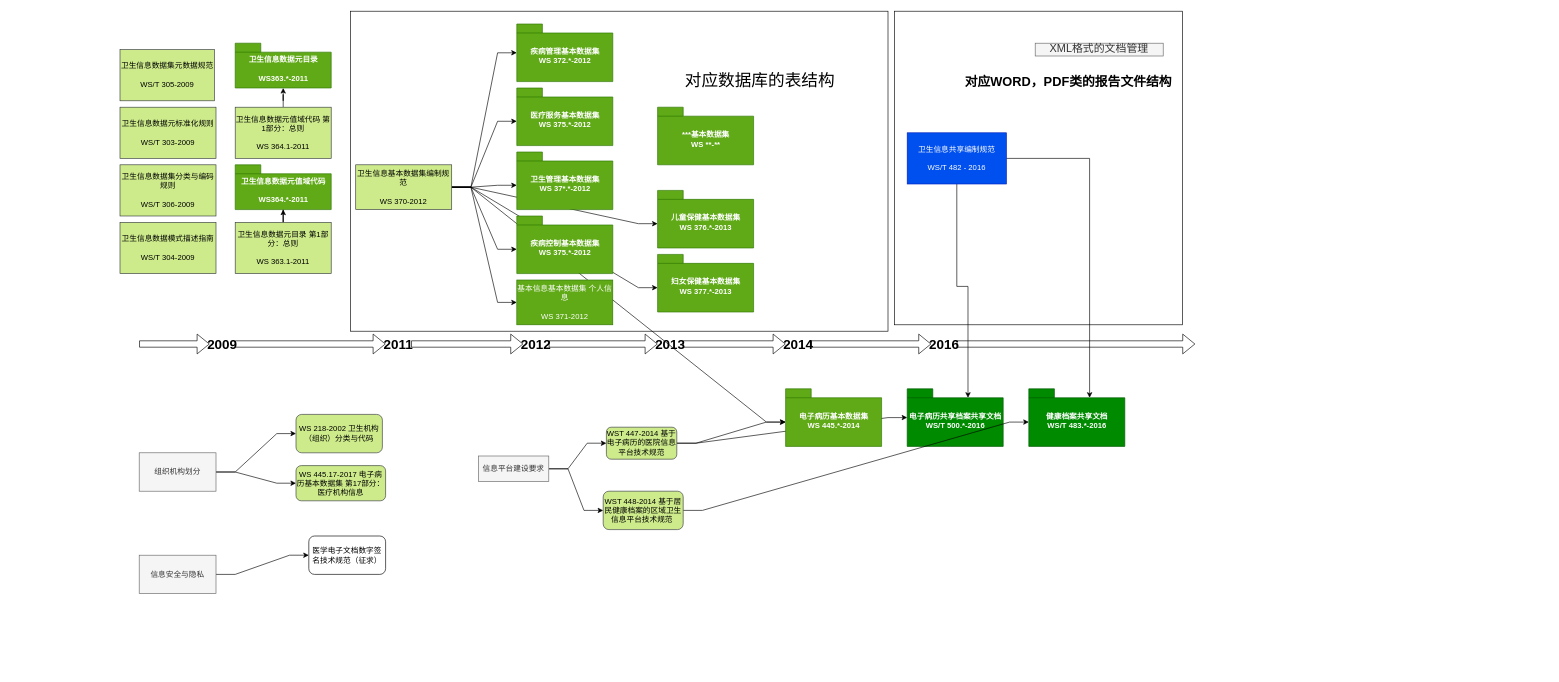
Earlier version of the draw.io diagram page "数据规范梳理" (2 of 2) of healthCloud.drawio (lzdong0714/note). Source tidied: cells renumbered, new cells numbered last; positions are measured from the earlier drawing's top-left corner, leaving out a move shared by most shapes. Both pictures are drawn from the tidied source at 64%, with x=0, y=0 at pixel (120, 11).
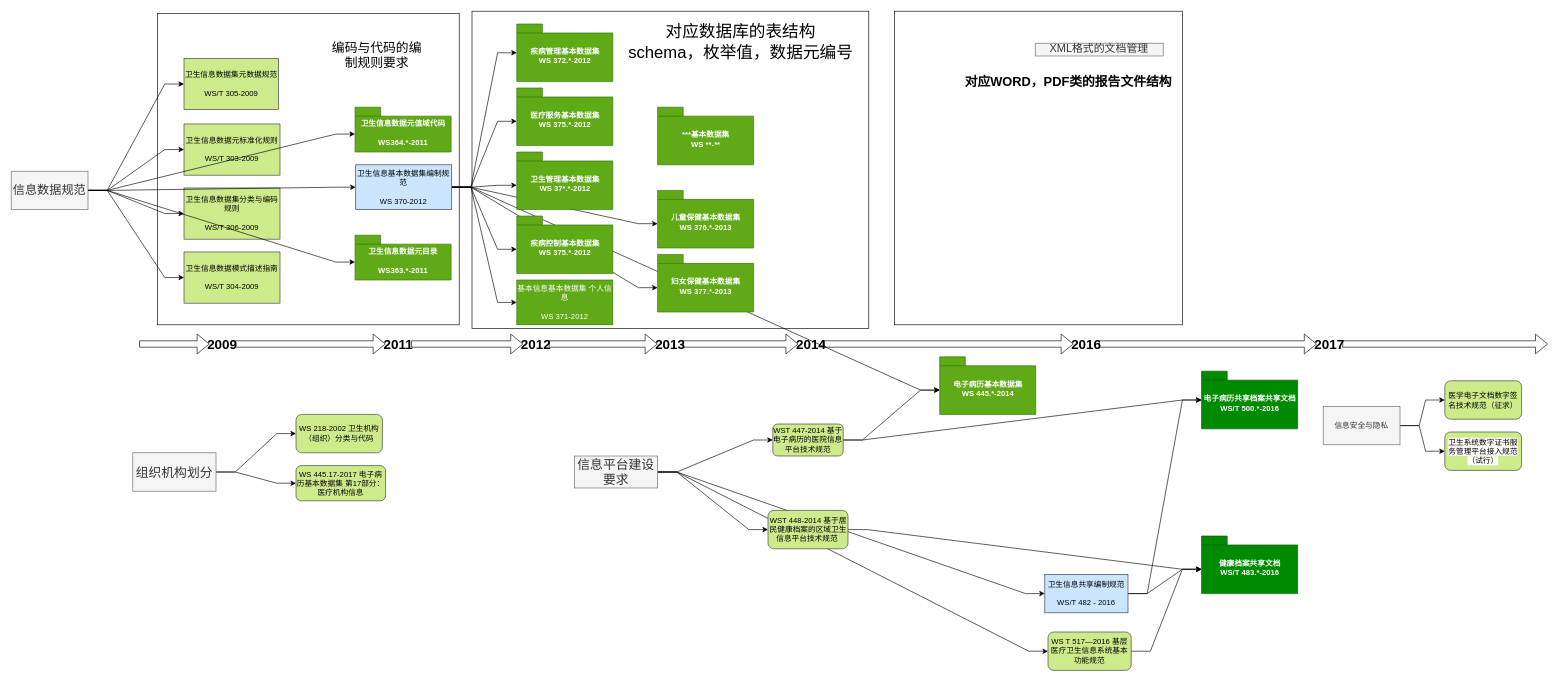
Above is the later version.

Change to the diagram source:
```diff
@@
+    <mxCell id="69" style="rounded=0;whiteSpace=wrap;html=1;" parent="1" vertex="1">
+      <mxGeometry x="550" width="620" height="496" as="geometry" />
+    </mxCell>
+    <mxCell id="4" style="rounded=0;whiteSpace=wrap;html=1;" parent="1" vertex="1">
+      <mxGeometry x="58.3" y="3.8" width="471.7" height="486.2" as="geometry" />
+    </mxCell>
@@
-    <mxCell id="4" style="rounded=0;whiteSpace=wrap;html=1;" parent="1" vertex="1">
-      <mxGeometry x="360" width="840" height="500" as="geometry" />
-    </mxCell>
-    <mxCell id="5" style="rounded=0;jettySize=auto;html=1;exitX=0.5;exitY=1;exitDx=0;exitDy=0;entryX=0;entryY=0;entryDx=95;entryDy=14;entryPerimeter=0;edgeStyle=orthogonalEdgeStyle;" parent="1" edge="1" source="7" target="29">
+    <mxCell id="5" style="edgeStyle=entityRelationEdgeStyle;rounded=0;jettySize=auto;html=1;" parent="1" edge="1" source="7" target="29">
       <mxGeometry relative="1" as="geometry" />
     </mxCell>
-    <mxCell id="6" style="edgeStyle=orthogonalEdgeStyle;rounded=0;jettySize=auto;html=1;entryX=0;entryY=0;entryDx=95;entryDy=14;entryPerimeter=0;" parent="1" edge="1" source="7" target="26">
+    <mxCell id="6" style="edgeStyle=entityRelationEdgeStyle;rounded=0;jettySize=auto;html=1;entryX=0;entryY=0;entryDx=0;entryDy=52;entryPerimeter=0;" parent="1" edge="1" source="7" target="26">
       <mxGeometry relative="1" as="geometry" />
     </mxCell>
-    <mxCell id="7" value="卫生信息共享编制规范&lt;br&gt;&lt;br&gt;&lt;span style=&quot;text-align: left ; white-space: nowrap&quot;&gt;WS/T 482 - 2016&lt;/span&gt;" style="rounded=0;whiteSpace=wrap;html=1;fillColor=#0050ef;strokeColor=#001DBC;fontColor=#ffffff;" parent="1" vertex="1">
-      <mxGeometry x="1230" y="190" width="155" height="80" as="geometry" />
+    <mxCell id="7" value="卫生信息共享编制规范&lt;br&gt;&lt;br&gt;&lt;span style=&quot;text-align: left ; white-space: nowrap&quot;&gt;WS/T 482 - 2016&lt;/span&gt;" style="rounded=0;whiteSpace=wrap;html=1;fillColor=#cce5ff;strokeColor=#36393d;" parent="1" vertex="1">
+      <mxGeometry x="1445" y="880" width="130" height="60" as="geometry" />
     </mxCell>
     <mxCell id="8" value="卫生信息数据元标准化规则&lt;br&gt;&lt;br&gt;WS/T 303-2009&lt;br&gt;" style="rounded=0;whiteSpace=wrap;html=1;fillColor=#cdeb8b;strokeColor=#36393d;" parent="1" vertex="1">
-      <mxGeometry y="150" width="150" height="80" as="geometry" />
+      <mxGeometry x="100" y="176.2" width="150" height="80" as="geometry" />
     </mxCell>
     <mxCell id="9" value="卫生信息数据模式描述指南&lt;br&gt;&lt;br&gt;WS/T 304-2009&lt;br&gt;" style="rounded=0;whiteSpace=wrap;html=1;fillColor=#cdeb8b;strokeColor=#36393d;" parent="1" vertex="1">
-      <mxGeometry y="330" width="150" height="80" as="geometry" />
+      <mxGeometry x="100" y="376.2" width="150" height="80" as="geometry" />
     </mxCell>
     <mxCell id="10" value="卫生信息数据集元数据规范&lt;br&gt;&lt;br&gt;WS/T 305-2009" style="rounded=0;whiteSpace=wrap;html=1;fillColor=#cdeb8b;strokeColor=#36393d;" parent="1" vertex="1">
-      <mxGeometry y="60" width="147.5" height="80" as="geometry" />
+      <mxGeometry x="100" y="73.8" width="147.5" height="80" as="geometry" />
     </mxCell>
-    <mxCell id="11" style="edgeStyle=orthogonalEdgeStyle;rounded=0;jettySize=auto;html=1;entryX=0.5;entryY=1;entryDx=0;entryDy=0;entryPerimeter=0;" parent="1" edge="1" source="12" target="25">
-      <mxGeometry relative="1" as="geometry" />
-    </mxCell>
-    <mxCell id="12" value="卫生信息数据元值域代码 第1部分：总则&lt;br&gt;&lt;br&gt;WS 364.1-2011" style="rounded=0;whiteSpace=wrap;html=1;fillColor=#cdeb8b;strokeColor=#36393d;" parent="1" vertex="1">
-      <mxGeometry x="180" y="150" width="150" height="80" as="geometry" />
-    </mxCell>
-    <mxCell id="13" style="edgeStyle=orthogonalEdgeStyle;rounded=0;jettySize=auto;html=1;entryX=0.5;entryY=1;entryDx=0;entryDy=0;entryPerimeter=0;" parent="1" edge="1" source="14" target="24">
-      <mxGeometry relative="1" as="geometry" />
-    </mxCell>
-    <mxCell id="14" value="卫生信息数据元目录 第1部分：总则&lt;br&gt;&lt;br&gt;WS 363.1-2011" style="rounded=0;whiteSpace=wrap;html=1;fillColor=#cdeb8b;strokeColor=#36393d;" parent="1" vertex="1">
-      <mxGeometry x="180" y="330" width="150" height="80" as="geometry" />
-    </mxCell>
@@
-    <mxCell id="23" value="卫生信息基本数据集编制规范&lt;br&gt;&lt;br&gt;WS 370-2012" style="rounded=0;whiteSpace=wrap;html=1;fillColor=#cdeb8b;strokeColor=#36393d;" parent="1" vertex="1">
+    <mxCell id="23" value="卫生信息基本数据集编制规范&lt;br&gt;&lt;br&gt;WS 370-2012" style="rounded=0;whiteSpace=wrap;html=1;fillColor=#cce5ff;strokeColor=#36393d;" parent="1" vertex="1">
       <mxGeometry x="368.3" y="240" width="150" height="70" as="geometry" />
     </mxCell>
     <mxCell id="24" value="卫生信息数据元值域代码&lt;br&gt;&lt;br&gt;WS364.*-2011" style="shape=folder;fontStyle=1;spacingTop=10;tabWidth=40;tabHeight=14;tabPosition=left;html=1;fillColor=#60a917;strokeColor=#2D7600;fontColor=#ffffff;" parent="1" vertex="1">
-      <mxGeometry x="180" y="240" width="150" height="70" as="geometry" />
+      <mxGeometry x="367.3" y="150" width="150" height="70" as="geometry" />
     </mxCell>
     <mxCell id="25" value="卫生信息数据元目录&lt;br&gt;&lt;br&gt;WS363.*-2011" style="shape=folder;fontStyle=1;spacingTop=10;tabWidth=40;tabHeight=14;tabPosition=left;html=1;fillColor=#60a917;strokeColor=#2D7600;fontColor=#ffffff;" parent="1" vertex="1">
-      <mxGeometry x="180" y="50" width="150" height="70" as="geometry" />
+      <mxGeometry x="367.3" y="350" width="150" height="70" as="geometry" />
     </mxCell>
     <mxCell id="26" value="健康档案共享文档&lt;br&gt;WS/T 483.*-2016" style="shape=folder;fontStyle=1;spacingTop=10;tabWidth=40;tabHeight=14;tabPosition=left;html=1;fillColor=#008a00;strokeColor=#005700;fontColor=#ffffff;" parent="1" vertex="1">
-      <mxGeometry x="1420" y="590" width="150" height="90" as="geometry" />
+      <mxGeometry x="1690" y="820" width="150" height="90" as="geometry" />
     </mxCell>
@@
     <mxCell id="29" value="电子病历共享档案共享文档&lt;br&gt;WS/T 500.*-2016" style="shape=folder;fontStyle=1;spacingTop=10;tabWidth=40;tabHeight=14;tabPosition=left;html=1;fillColor=#008a00;strokeColor=#005700;fontColor=#ffffff;" parent="1" vertex="1">
-      <mxGeometry x="1230" y="590" width="150" height="90" as="geometry" />
+      <mxGeometry x="1690" y="562.5" width="150" height="90" as="geometry" />
     </mxCell>
-    <mxCell id="30" style="shape=flexArrow;endArrow=classic;html=1;" parent="1" edge="1" source="41">
+    <mxCell id="30" style="shape=flexArrow;endArrow=classic;html=1;" parent="1" edge="1" source="83">
       <mxGeometry relative="1" as="geometry">
-        <mxPoint x="1680" y="520" as="targetPoint" />
+        <mxPoint x="2231.2" y="520" as="targetPoint" />
       </mxGeometry>
     </mxCell>
@@
     <mxCell id="39" value="&lt;font style=&quot;font-size: 21px&quot;&gt;&lt;b&gt;2014&lt;/b&gt;&lt;/font&gt;" style="text;html=1;strokeColor=none;fillColor=none;align=center;verticalAlign=middle;whiteSpace=wrap;rounded=0;" parent="1" vertex="1">
-      <mxGeometry x="1040" y="510" width="40" height="20" as="geometry" />
+      <mxGeometry x="1060" y="510" width="40" height="20" as="geometry" />
     </mxCell>
@@
     <mxCell id="41" value="&lt;font style=&quot;font-size: 21px&quot;&gt;&lt;b&gt;2016&lt;/b&gt;&lt;/font&gt;" style="text;html=1;strokeColor=none;fillColor=none;align=center;verticalAlign=middle;whiteSpace=wrap;rounded=0;" parent="1" vertex="1">
-      <mxGeometry x="1267.5" y="510" width="40" height="20" as="geometry" />
+      <mxGeometry x="1490" y="510" width="40" height="20" as="geometry" />
     </mxCell>
@@
     <mxCell id="48" value="电子病历基本数据集&lt;br&gt;WS 445.*-2014" style="shape=folder;fontStyle=1;spacingTop=10;tabWidth=40;tabHeight=14;tabPosition=left;html=1;fillColor=#60a917;strokeColor=#2D7600;fontColor=#ffffff;" parent="1" vertex="1">
-      <mxGeometry x="1040" y="590" width="150" height="90" as="geometry" />
+      <mxGeometry x="1280.8" y="540" width="150" height="90" as="geometry" />
     </mxCell>
@@
     <mxCell id="50" value="卫生信息数据集分类与编码规则&lt;br&gt;&lt;br&gt;WS/T 306-2009&lt;br&gt;" style="rounded=0;whiteSpace=wrap;html=1;fillColor=#cdeb8b;strokeColor=#36393d;" parent="1" vertex="1">
-      <mxGeometry y="240" width="150" height="80" as="geometry" />
+      <mxGeometry x="100" y="276.2" width="150" height="80" as="geometry" />
     </mxCell>
-    <mxCell id="51" value="&lt;font style=&quot;font-size: 26px&quot;&gt;对应数据库的表结构&lt;/font&gt;" style="text;html=1;strokeColor=none;fillColor=none;align=center;verticalAlign=middle;whiteSpace=wrap;rounded=0;" parent="1" vertex="1">
-      <mxGeometry x="880" y="65" width="240" height="85" as="geometry" />
+    <mxCell id="51" value="&lt;font style=&quot;font-size: 26px&quot;&gt;对应数据库的表结构&lt;br&gt;schema，枚举值，数据元编号&lt;br&gt;&lt;/font&gt;" style="text;html=1;strokeColor=none;fillColor=none;align=center;verticalAlign=middle;whiteSpace=wrap;rounded=0;" parent="1" vertex="1">
+      <mxGeometry x="790" y="5" width="360" height="85" as="geometry" />
     </mxCell>
@@
-    <mxCell id="56" value="组织机构划分" style="rounded=0;whiteSpace=wrap;html=1;fillColor=#f5f5f5;strokeColor=#666666;fontColor=#333333;" parent="1" vertex="1">
-      <mxGeometry x="30" y="690" width="120" height="60" as="geometry" />
+    <mxCell id="56" value="&lt;font style=&quot;font-size: 20px&quot;&gt;组织机构划分&lt;/font&gt;" style="rounded=0;whiteSpace=wrap;html=1;fillColor=#f5f5f5;strokeColor=#666666;fontColor=#333333;" parent="1" vertex="1">
+      <mxGeometry x="20" y="690" width="130" height="60" as="geometry" />
     </mxCell>
@@
+    <mxCell id="70" style="edgeStyle=entityRelationEdgeStyle;rounded=0;jettySize=auto;html=1;" parent="1" edge="1" source="58" target="73">
+      <mxGeometry relative="1" as="geometry" />
+    </mxCell>
     <mxCell id="58" value="信息安全与隐私" style="rounded=0;whiteSpace=wrap;html=1;fillColor=#f5f5f5;strokeColor=#666666;fontColor=#333333;" parent="1" vertex="1">
-      <mxGeometry x="30" y="850" width="120" height="60" as="geometry" />
+      <mxGeometry x="1880" y="617.5" width="120" height="60" as="geometry" />
     </mxCell>
@@
+    <mxCell id="71" style="edgeStyle=entityRelationEdgeStyle;rounded=0;jettySize=auto;html=1;entryX=0;entryY=0.5;entryDx=0;entryDy=0;" parent="1" edge="1" source="61" target="7">
+      <mxGeometry relative="1" as="geometry" />
+    </mxCell>
+    <mxCell id="72" style="edgeStyle=entityRelationEdgeStyle;rounded=0;jettySize=auto;html=1;" parent="1" edge="1" source="61" target="86">
+      <mxGeometry relative="1" as="geometry" />
+    </mxCell>
-    <mxCell id="61" value="信息平台建设要求" style="rounded=0;whiteSpace=wrap;html=1;fillColor=#f5f5f5;strokeColor=#666666;fontColor=#333333;" parent="1" vertex="1">
-      <mxGeometry x="560" y="695" width="110" height="40" as="geometry" />
+    <mxCell id="61" value="&lt;font style=&quot;font-size: 20px&quot;&gt;信息平台建设要求&lt;/font&gt;" style="rounded=0;whiteSpace=wrap;html=1;fillColor=#f5f5f5;strokeColor=#666666;fontColor=#333333;" parent="1" vertex="1">
+      <mxGeometry x="710" y="695" width="130" height="50" as="geometry" />
     </mxCell>
@@
     <mxCell id="63" value="WST 447-2014 基于电子病历的医院信息平台技术规范" style="rounded=1;whiteSpace=wrap;html=1;fillColor=#cdeb8b;strokeColor=#36393d;" parent="1" vertex="1">
-      <mxGeometry x="760" y="650" width="110" height="50" as="geometry" />
+      <mxGeometry x="1020" y="645" width="110" height="50" as="geometry" />
     </mxCell>
@@
     <mxCell id="65" value="WST 448-2014 基于居民健康档案的区域卫生信息平台技术规范&amp;nbsp;" style="rounded=1;whiteSpace=wrap;html=1;fillColor=#cdeb8b;strokeColor=#36393d;" parent="1" vertex="1">
-      <mxGeometry x="755" y="750" width="125" height="60" as="geometry" />
+      <mxGeometry x="1012.5" y="780" width="125" height="60" as="geometry" />
     </mxCell>
@@
-    <mxCell id="68" value="医学电子文档数字签名技术规范（征求）" style="rounded=1;whiteSpace=wrap;html=1;" parent="1" vertex="1">
-      <mxGeometry x="295" y="820" width="120" height="60" as="geometry" />
+    <mxCell id="68" value="医学电子文档数字签名技术规范（征求）" style="rounded=1;whiteSpace=wrap;html=1;fillColor=#cdeb8b;strokeColor=#36393d;" parent="1" vertex="1">
+      <mxGeometry x="2070" y="577.5" width="120" height="60" as="geometry" />
     </mxCell>
+    <mxCell id="73" value="&lt;font style=&quot;font-size: 12px&quot;&gt;&lt;span style=&quot;font-family: &amp;#34;arial&amp;#34; , sans-serif ; text-align: left ; white-space: normal ; background-color: rgb(255 , 255 , 255)&quot;&gt;卫生系统数字证书&lt;/span&gt;&lt;span style=&quot;font-family: &amp;#34;arial&amp;#34; , sans-serif ; text-align: left ; white-space: normal ; background-color: rgb(255 , 255 , 255)&quot;&gt;服务管理平台接入&lt;/span&gt;&lt;span style=&quot;font-family: &amp;#34;arial&amp;#34; , sans-serif ; text-align: left ; white-space: normal ; background-color: rgb(255 , 255 , 255)&quot;&gt;规范&lt;/span&gt;&lt;span style=&quot;font-family: &amp;#34;arial&amp;#34; , sans-serif ; text-align: left ; white-space: normal ; background-color: rgb(255 , 255 , 255)&quot;&gt;（&lt;/span&gt;&lt;span style=&quot;font-family: &amp;#34;arial&amp;#34; , sans-serif ; text-align: left ; white-space: normal ; background-color: rgb(255 , 255 , 255)&quot;&gt;试行&lt;/span&gt;&lt;span style=&quot;font-family: &amp;#34;arial&amp;#34; , sans-serif ; text-align: left ; white-space: normal ; background-color: rgb(255 , 255 , 255)&quot;&gt;）&lt;/span&gt;&lt;/font&gt;" style="rounded=1;whiteSpace=wrap;html=1;fillColor=#cdeb8b;strokeColor=#36393d;" parent="1" vertex="1">
+      <mxGeometry x="2070" y="657.5" width="120" height="60" as="geometry" />
+    </mxCell>
+    <mxCell id="74" style="edgeStyle=entityRelationEdgeStyle;rounded=0;jettySize=auto;html=1;entryX=0;entryY=0.5;entryDx=0;entryDy=0;" parent="1" edge="1" source="81" target="8">
+      <mxGeometry relative="1" as="geometry" />
+    </mxCell>
+    <mxCell id="75" style="edgeStyle=entityRelationEdgeStyle;rounded=0;jettySize=auto;html=1;entryX=0;entryY=0.5;entryDx=0;entryDy=0;" parent="1" edge="1" source="81" target="50">
+      <mxGeometry relative="1" as="geometry" />
+    </mxCell>
+    <mxCell id="76" style="edgeStyle=entityRelationEdgeStyle;rounded=0;jettySize=auto;html=1;entryX=0;entryY=0.5;entryDx=0;entryDy=0;" parent="1" edge="1" source="81" target="9">
+      <mxGeometry relative="1" as="geometry" />
+    </mxCell>
+    <mxCell id="77" style="edgeStyle=entityRelationEdgeStyle;rounded=0;jettySize=auto;html=1;entryX=0;entryY=0;entryDx=0;entryDy=42;entryPerimeter=0;" parent="1" edge="1" source="81" target="24">
+      <mxGeometry relative="1" as="geometry" />
+    </mxCell>
+    <mxCell id="78" style="edgeStyle=entityRelationEdgeStyle;rounded=0;jettySize=auto;html=1;entryX=0;entryY=0.5;entryDx=0;entryDy=0;" parent="1" edge="1" source="81" target="23">
+      <mxGeometry relative="1" as="geometry" />
+    </mxCell>
+    <mxCell id="79" style="edgeStyle=entityRelationEdgeStyle;rounded=0;jettySize=auto;html=1;entryX=0;entryY=0;entryDx=0;entryDy=42;entryPerimeter=0;" parent="1" edge="1" source="81" target="25">
+      <mxGeometry relative="1" as="geometry" />
+    </mxCell>
+    <mxCell id="80" style="edgeStyle=entityRelationEdgeStyle;rounded=0;jettySize=auto;html=1;entryX=0;entryY=0.5;entryDx=0;entryDy=0;" parent="1" edge="1" source="81" target="10">
+      <mxGeometry relative="1" as="geometry" />
+    </mxCell>
+    <mxCell id="81" value="&lt;font style=&quot;font-size: 19px&quot;&gt;信息数据规范&lt;/font&gt;" style="rounded=0;whiteSpace=wrap;html=1;fillColor=#f5f5f5;strokeColor=#666666;fontColor=#333333;" parent="1" vertex="1">
+      <mxGeometry x="-170" y="250" width="120" height="60" as="geometry" />
+    </mxCell>
+    <mxCell id="82" value="&lt;font style=&quot;font-size: 20px&quot;&gt;编码与代码的编制规则要求&lt;/font&gt;" style="text;html=1;strokeColor=none;fillColor=none;align=center;verticalAlign=middle;whiteSpace=wrap;rounded=0;" parent="1" vertex="1">
+      <mxGeometry x="323" y="45" width="157" height="45" as="geometry" />
+    </mxCell>
+    <mxCell id="83" value="&lt;font style=&quot;font-size: 21px&quot;&gt;&lt;b&gt;2017&lt;/b&gt;&lt;/font&gt;" style="text;html=1;strokeColor=none;fillColor=none;align=center;verticalAlign=middle;whiteSpace=wrap;rounded=0;" parent="1" vertex="1">
+      <mxGeometry x="1870" y="510" width="40" height="20" as="geometry" />
+    </mxCell>
+    <mxCell id="84" style="shape=flexArrow;endArrow=classic;html=1;" parent="1" edge="1" source="41" target="83">
+      <mxGeometry relative="1" as="geometry" />
+    </mxCell>
+    <mxCell id="85" style="edgeStyle=entityRelationEdgeStyle;rounded=0;jettySize=auto;html=1;entryX=0;entryY=0;entryDx=0;entryDy=52;entryPerimeter=0;" parent="1" edge="1" source="86" target="26">
+      <mxGeometry relative="1" as="geometry" />
+    </mxCell>
+    <mxCell id="86" value="WS T 517—2016 基层医疗卫生信息系统基本功能规范" style="rounded=1;whiteSpace=wrap;html=1;fillColor=#cdeb8b;strokeColor=#36393d;" parent="1" vertex="1">
+      <mxGeometry x="1450" y="970" width="130" height="60" as="geometry" />
+    </mxCell>
```
